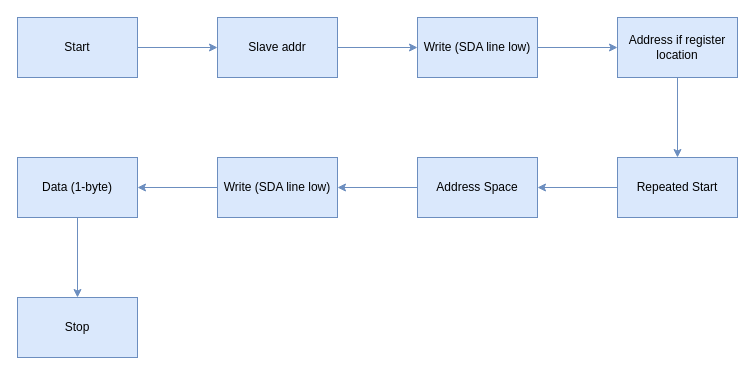
This is Peripheral_blocks.drawio from mashrino/example_repo, a draw.io file, before an edit. Source tidied: cells renumbered, new cells numbered last; positions are measured from the earlier drawing's top-left corner, leaving out a move shared by most shapes. Both pictures are drawn from the tidied source at 100%, with x=0, y=0 at pixel (17, 17).
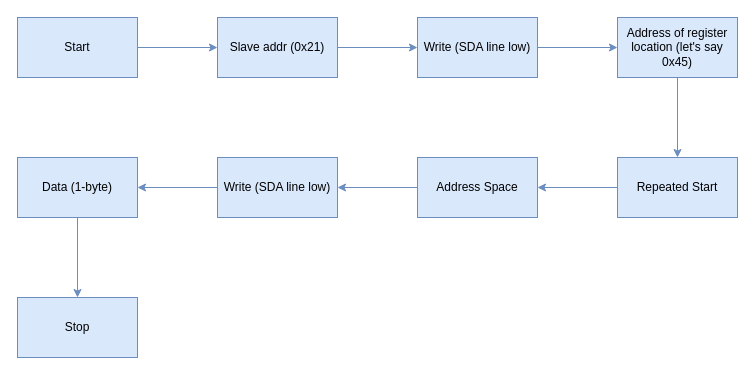
Above is the later version.

What changed in the source:
```diff
@@
 <mxGraphModel>
   <root>
     <mxCell id="0" />
     <mxCell id="1" parent="0" />
     <mxCell id="2" style="edgeStyle=orthogonalEdgeStyle;rounded=0;jettySize=auto;html=1;fillColor=#dae8fc;strokeColor=#6c8ebf;" parent="1" edge="1" source="3" target="5">
       <mxGeometry relative="1" as="geometry" />
     </mxCell>
     <mxCell id="3" value="Start" style="rounded=0;whiteSpace=wrap;html=1;fillColor=#dae8fc;strokeColor=#6c8ebf;" parent="1" vertex="1">
       <mxGeometry width="120" height="60" as="geometry" />
     </mxCell>
     <mxCell id="4" style="edgeStyle=orthogonalEdgeStyle;rounded=0;jettySize=auto;html=1;fillColor=#dae8fc;strokeColor=#6c8ebf;" parent="1" edge="1" source="5" target="7">
       <mxGeometry relative="1" as="geometry" />
     </mxCell>
-    <mxCell id="5" value="Slave addr" style="rounded=0;whiteSpace=wrap;html=1;fillColor=#dae8fc;strokeColor=#6c8ebf;" parent="1" vertex="1">
+    <mxCell id="5" value="Slave addr (0x21)" style="rounded=0;whiteSpace=wrap;html=1;fillColor=#dae8fc;strokeColor=#6c8ebf;" parent="1" vertex="1">
       <mxGeometry x="200" width="120" height="60" as="geometry" />
     </mxCell>
     <mxCell id="6" style="edgeStyle=orthogonalEdgeStyle;rounded=0;jettySize=auto;html=1;fillColor=#dae8fc;strokeColor=#6c8ebf;" parent="1" edge="1" source="7" target="9">
       <mxGeometry relative="1" as="geometry" />
     </mxCell>
     <mxCell id="7" value="Write (SDA line low)" style="rounded=0;whiteSpace=wrap;html=1;fillColor=#dae8fc;strokeColor=#6c8ebf;" parent="1" vertex="1">
       <mxGeometry x="400" width="120" height="60" as="geometry" />
     </mxCell>
     <mxCell id="8" style="edgeStyle=orthogonalEdgeStyle;rounded=0;jettySize=auto;html=1;fillColor=#dae8fc;strokeColor=#6c8ebf;" parent="1" edge="1" source="9" target="11">
       <mxGeometry relative="1" as="geometry" />
     </mxCell>
-    <mxCell id="9" value="Address if register location" style="rounded=0;whiteSpace=wrap;html=1;fillColor=#dae8fc;strokeColor=#6c8ebf;" parent="1" vertex="1">
+    <mxCell id="9" value="Address of register location (let's say 0x45)" style="rounded=0;whiteSpace=wrap;html=1;fillColor=#dae8fc;strokeColor=#6c8ebf;" parent="1" vertex="1">
       <mxGeometry x="600" width="120" height="60" as="geometry" />
     </mxCell>
     <mxCell id="10" style="edgeStyle=orthogonalEdgeStyle;rounded=0;jettySize=auto;html=1;fillColor=#dae8fc;strokeColor=#6c8ebf;" parent="1" edge="1" source="11" target="13">
       <mxGeometry relative="1" as="geometry" />
     </mxCell>
     <mxCell id="11" value="Repeated Start" style="rounded=0;whiteSpace=wrap;html=1;fillColor=#dae8fc;strokeColor=#6c8ebf;" parent="1" vertex="1">
       <mxGeometry x="600" y="140" width="120" height="60" as="geometry" />
     </mxCell>
     <mxCell id="12" style="edgeStyle=orthogonalEdgeStyle;rounded=0;jettySize=auto;html=1;fillColor=#dae8fc;strokeColor=#6c8ebf;" parent="1" edge="1" source="13" target="15">
       <mxGeometry relative="1" as="geometry" />
     </mxCell>
     <mxCell id="13" value="Address Space" style="rounded=0;whiteSpace=wrap;html=1;fillColor=#dae8fc;strokeColor=#6c8ebf;" parent="1" vertex="1">
       <mxGeometry x="400" y="140" width="120" height="60" as="geometry" />
     </mxCell>
     <mxCell id="14" style="edgeStyle=orthogonalEdgeStyle;rounded=0;jettySize=auto;html=1;fillColor=#dae8fc;strokeColor=#6c8ebf;" parent="1" edge="1" source="15" target="17">
       <mxGeometry relative="1" as="geometry" />
     </mxCell>
     <mxCell id="15" value="Write (SDA line low)" style="rounded=0;whiteSpace=wrap;html=1;fillColor=#dae8fc;strokeColor=#6c8ebf;" parent="1" vertex="1">
       <mxGeometry x="200" y="140" width="120" height="60" as="geometry" />
     </mxCell>
     <mxCell id="16" style="edgeStyle=orthogonalEdgeStyle;rounded=0;jettySize=auto;html=1;fillColor=#dae8fc;strokeColor=#6c8ebf;" parent="1" edge="1" source="17" target="18">
       <mxGeometry relative="1" as="geometry" />
     </mxCell>
     <mxCell id="17" value="Data (1-byte)" style="rounded=0;whiteSpace=wrap;html=1;fillColor=#dae8fc;strokeColor=#6c8ebf;" parent="1" vertex="1">
       <mxGeometry y="140" width="120" height="60" as="geometry" />
     </mxCell>
     <mxCell id="18" value="Stop" style="rounded=0;whiteSpace=wrap;html=1;fillColor=#dae8fc;strokeColor=#6c8ebf;" parent="1" vertex="1">
       <mxGeometry y="280" width="120" height="60" as="geometry" />
     </mxCell>
   </root>
 </mxGraphModel>
```
